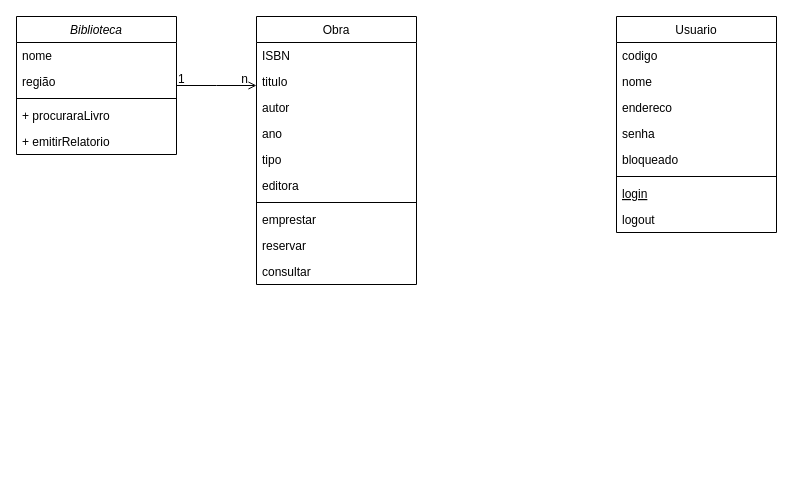
Above: Untitled Diagram.drawio in dennisberg13100/practice_py (draw.io), before the change. Source tidied: cells renumbered, new cells numbered last; positions are measured from the earlier drawing's top-left corner, leaving out a move shared by most shapes. Both pictures are drawn from the tidied source at 100%, with x=0, y=0 at pixel (16, 16).
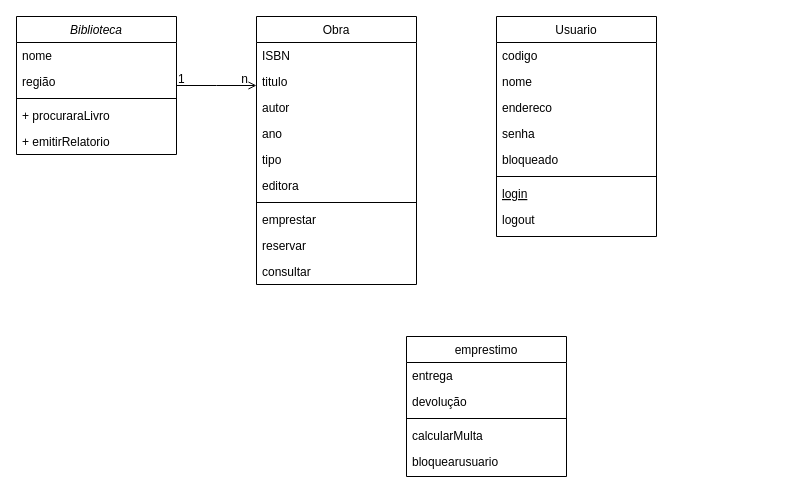
The same diagram, later.

Change to the diagram source:
```diff
@@
     <mxCell id="8" value="Usuario" style="swimlane;fontStyle=0;align=center;verticalAlign=top;horizontal=1;startSize=26;rounded=0;shadow=0;strokeWidth=1;" parent="1" vertex="1">
-      <mxGeometry x="600" width="160" height="216" as="geometry" />
+      <mxGeometry x="480" width="160" height="220" as="geometry" />
     </mxCell>
@@
+    <mxCell id="31" value="emprestimo" style="swimlane;fontStyle=0;align=center;verticalAlign=top;horizontal=1;startSize=26;rounded=0;shadow=0;strokeWidth=1;" parent="1" vertex="1">
+      <mxGeometry x="390" y="320" width="160" height="140" as="geometry" />
+    </mxCell>
+    <mxCell id="32" value="entrega" style="text;align=left;verticalAlign=top;spacingLeft=4;spacingRight=4;overflow=hidden;" parent="31" vertex="1">
+      <mxGeometry y="26" width="160" height="26" as="geometry" />
+    </mxCell>
+    <mxCell id="33" value="devolução" style="text;align=left;verticalAlign=top;spacingLeft=4;spacingRight=4;overflow=hidden;rounded=0;shadow=0;html=0;" parent="31" vertex="1">
+      <mxGeometry y="52" width="160" height="26" as="geometry" />
+    </mxCell>
+    <mxCell id="34" style="line;html=1;strokeWidth=1;align=left;verticalAlign=middle;spacingTop=-1;spacingLeft=3;spacingRight=3;labelPosition=right;" parent="31" vertex="1">
+      <mxGeometry y="78" width="160" height="8" as="geometry" />
+    </mxCell>
+    <mxCell id="35" value="calcularMulta" style="text;align=left;verticalAlign=top;spacingLeft=4;spacingRight=4;overflow=hidden;fontStyle=0;" parent="31" vertex="1">
+      <mxGeometry y="86" width="160" height="26" as="geometry" />
+    </mxCell>
+    <mxCell id="36" value="bloquearusuario" style="text;align=left;verticalAlign=top;spacingLeft=4;spacingRight=4;overflow=hidden;" parent="31" vertex="1">
+      <mxGeometry y="112" width="160" height="26" as="geometry" />
+    </mxCell>
```
